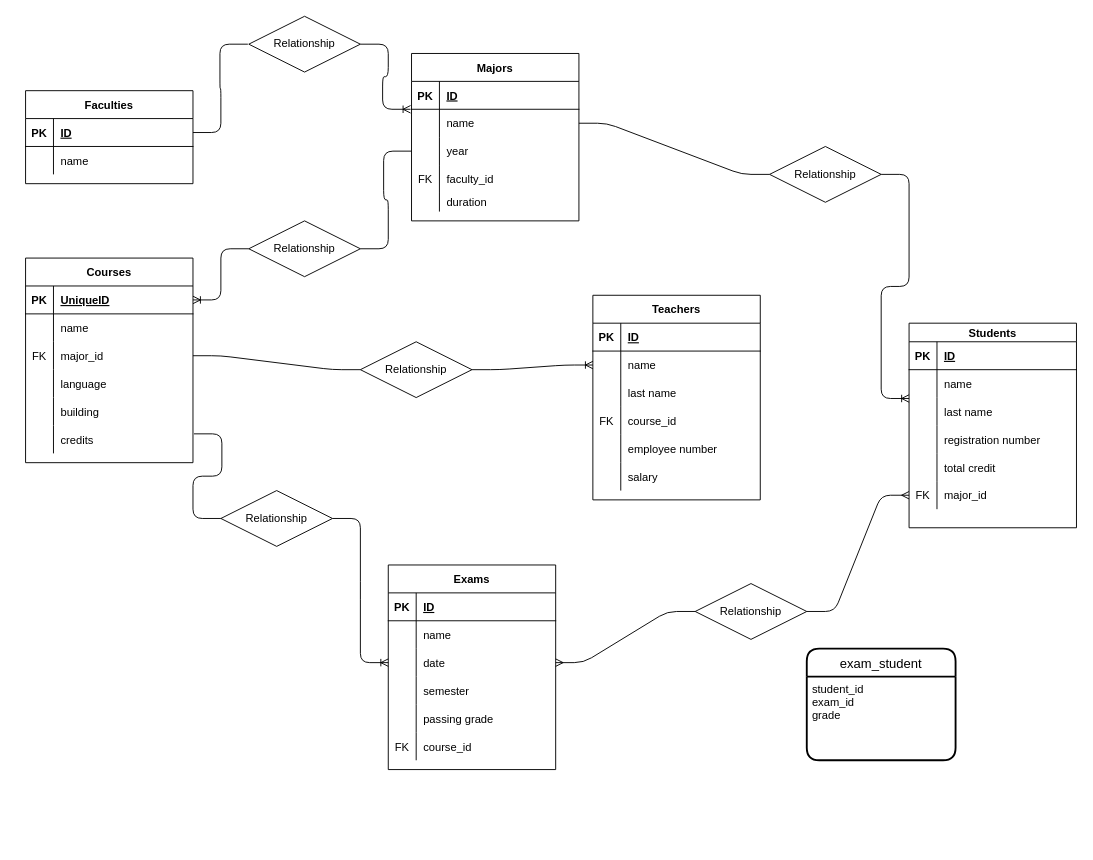
Above: db-university.drawio in Gbelda/db-university (draw.io), before the change. Source tidied: cells renumbered, new cells numbered last; positions are measured from the earlier drawing's top-left corner, leaving out a move shared by most shapes. Both pictures are drawn from the tidied source at 93%, with x=0, y=0 at pixel (25, 16).
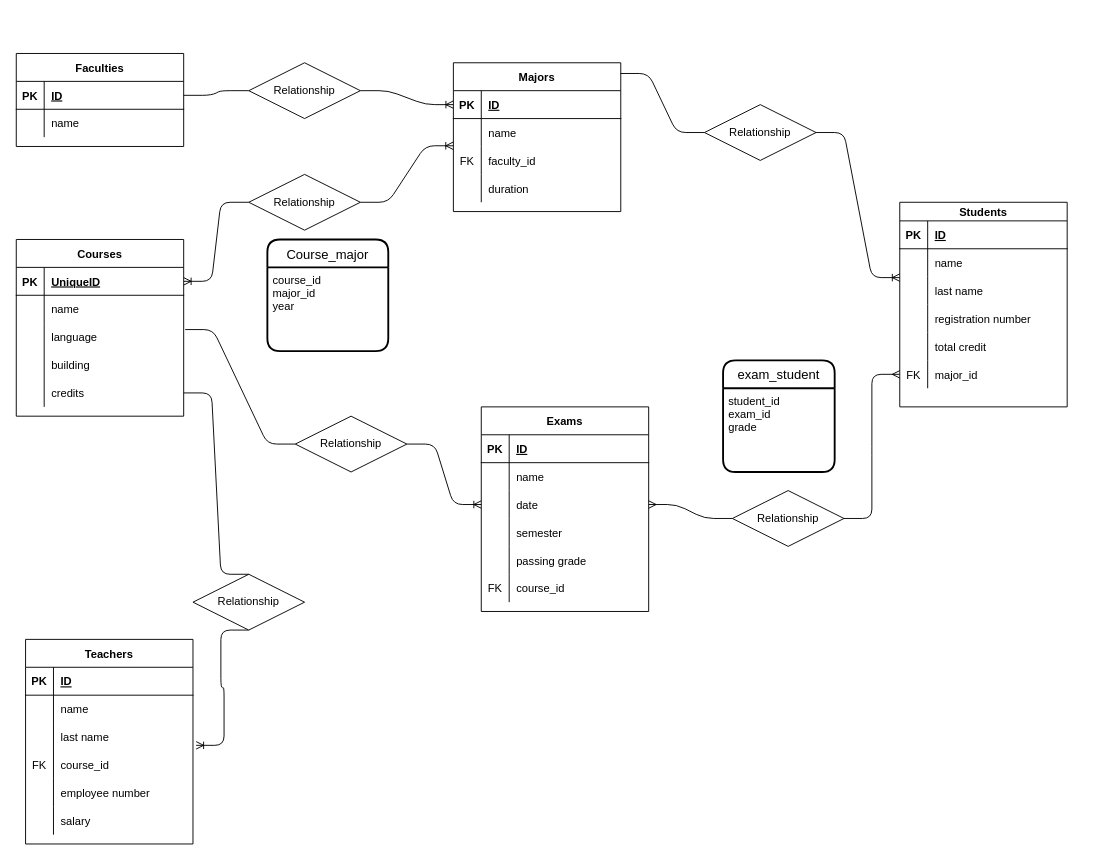
After the change.

Commit message:
change courses and majors relationship to many to many

Unchanged cells that the change refers to:
```xml
<mxCell id="22" style="shape=partialRectangle;fillColor=none;top=0;left=0;bottom=1;right=0;points=[[0,0.5],[1,0.5]];portConstraint=eastwest;" parent="21" vertex="1">
  <mxGeometry y="30" width="180" height="30" as="geometry" />
</mxCell>
<mxCell id="29" style="shape=partialRectangle;fillColor=none;top=0;left=0;bottom=1;right=0;points=[[0,0.5],[1,0.5]];portConstraint=eastwest;" parent="28" vertex="1">
  <mxGeometry y="30" width="180" height="30" as="geometry" />
</mxCell>
<mxCell id="32" style="shape=partialRectangle;fillColor=none;top=0;left=0;bottom=0;right=0;points=[[0,0.5],[1,0.5]];portConstraint=eastwest;" parent="28" vertex="1">
  <mxGeometry y="60" width="180" height="30" as="geometry" />
</mxCell>
<mxCell id="67" style="shape=partialRectangle;fillColor=none;top=0;left=0;bottom=0;right=0;points=[[0,0.5],[1,0.5]];portConstraint=eastwest;" parent="63" vertex="1">
  <mxGeometry y="60" width="180" height="30" as="geometry" />
</mxCell>
<mxCell id="70" style="shape=partialRectangle;fillColor=none;top=0;left=0;bottom=0;right=0;points=[[0,0.5],[1,0.5]];portConstraint=eastwest;" parent="63" vertex="1">
  <mxGeometry y="90" width="180" height="30" as="geometry" />
</mxCell>
```

Diff of the diagram source:
```diff
@@
     <mxCell id="2" value="Students" style="shape=table;startSize=20;childLayout=tableLayout;rowLines=0;fontStyle=1;align=center;" parent="1" vertex="1">
-      <mxGeometry x="950" y="330" width="180" height="220" as="geometry" />
+      <mxGeometry x="940" y="200" width="180" height="220" as="geometry" />
     </mxCell>
@@
     <mxCell id="21" value="Faculties" style="shape=table;startSize=30;childLayout=tableLayout;rowLines=0;fontStyle=1;align=center;" parent="1" vertex="1">
-      <mxGeometry y="80" width="180" height="100" as="geometry" />
+      <mxGeometry x="-10" y="40" width="180" height="100" as="geometry" />
     </mxCell>
@@
     <mxCell id="28" value="Majors" style="shape=table;startSize=30;childLayout=tableLayout;rowLines=0;fontStyle=1;align=center;" parent="1" vertex="1">
-      <mxGeometry x="415" y="40" width="180" height="180" as="geometry" />
+      <mxGeometry x="460" y="50" width="180" height="160" as="geometry" />
     </mxCell>
@@
-    <mxCell id="35" style="shape=partialRectangle;fillColor=none;top=0;left=0;bottom=0;right=0;points=[[0,0.5],[1,0.5]];portConstraint=eastwest;" parent="28" vertex="1">
-      <mxGeometry y="90" width="180" height="30" as="geometry" />
-    </mxCell>
-    <mxCell id="36" style="shape=partialRectangle;fillColor=none;top=0;left=0;bottom=0;right=0;overflow=hidden;" parent="35" vertex="1">
-      <mxGeometry width="30" height="30" as="geometry" />
-    </mxCell>
-    <mxCell id="37" value="year" style="shape=partialRectangle;fillColor=none;top=0;left=0;bottom=0;right=0;align=left;spacingLeft=6;overflow=hidden;" parent="35" vertex="1">
-      <mxGeometry x="30" width="150" height="30" as="geometry" />
-    </mxCell>
     <mxCell id="38" style="shape=partialRectangle;fillColor=none;top=0;left=0;bottom=0;right=0;points=[[0,0.5],[1,0.5]];portConstraint=eastwest;" parent="28" vertex="1">
-      <mxGeometry y="120" width="180" height="30" as="geometry" />
+      <mxGeometry y="90" width="180" height="30" as="geometry" />
     </mxCell>
@@
     <mxCell id="41" style="shape=partialRectangle;fillColor=none;top=0;left=0;bottom=0;right=0;" parent="28" vertex="1">
-      <mxGeometry y="150" width="180" height="20" as="geometry" />
+      <mxGeometry y="120" width="180" height="30" as="geometry" />
     </mxCell>
     <mxCell id="42" style="shape=partialRectangle;fillColor=none;top=0;left=0;bottom=0;right=0;overflow=hidden;" parent="41" vertex="1">
-      <mxGeometry width="30" height="20" as="geometry" />
+      <mxGeometry width="30" height="30" as="geometry" />
     </mxCell>
     <mxCell id="43" value="duration" style="shape=partialRectangle;fillColor=none;top=0;left=0;bottom=0;right=0;align=left;spacingLeft=6;overflow=hidden;" parent="41" vertex="1">
-      <mxGeometry x="30" width="150" height="20" as="geometry" />
+      <mxGeometry x="30" width="150" height="30" as="geometry" />
     </mxCell>
     <mxCell id="44" value="Courses" style="shape=table;startSize=30;childLayout=tableLayout;rowLines=0;fontStyle=1;align=center;" parent="1" vertex="1">
-      <mxGeometry y="260" width="180" height="220" as="geometry" />
+      <mxGeometry x="-10" y="240" width="180" height="190" as="geometry" />
     </mxCell>
@@
-    <mxCell id="51" style="shape=partialRectangle;fillColor=none;top=0;left=0;bottom=0;right=0;points=[[0,0.5],[1,0.5]];portConstraint=eastwest;" parent="44" vertex="1">
-      <mxGeometry y="90" width="180" height="30" as="geometry" />
-    </mxCell>
-    <mxCell id="52" value="FK" style="shape=partialRectangle;fillColor=none;top=0;left=0;bottom=0;right=0;overflow=hidden;" parent="51" vertex="1">
-      <mxGeometry width="30" height="30" as="geometry" />
-    </mxCell>
-    <mxCell id="53" value="major_id" style="shape=partialRectangle;fillColor=none;top=0;left=0;bottom=0;right=0;align=left;spacingLeft=6;overflow=hidden;" parent="51" vertex="1">
-      <mxGeometry x="30" width="150" height="30" as="geometry" />
-    </mxCell>
     <mxCell id="54" style="shape=partialRectangle;fillColor=none;top=0;left=0;bottom=0;right=0;points=[[0,0.5],[1,0.5]];portConstraint=eastwest;" parent="44" vertex="1">
-      <mxGeometry y="120" width="180" height="30" as="geometry" />
+      <mxGeometry y="90" width="180" height="30" as="geometry" />
     </mxCell>
@@
     <mxCell id="57" style="shape=partialRectangle;fillColor=none;top=0;left=0;bottom=0;right=0;" parent="44" vertex="1">
-      <mxGeometry y="150" width="180" height="30" as="geometry" />
+      <mxGeometry y="120" width="180" height="30" as="geometry" />
     </mxCell>
@@
     <mxCell id="60" style="shape=partialRectangle;fillColor=none;top=0;left=0;bottom=0;right=0;points=[[0,0.5],[1,0.5]];portConstraint=eastwest;" parent="44" vertex="1">
-      <mxGeometry y="180" width="180" height="30" as="geometry" />
+      <mxGeometry y="150" width="180" height="30" as="geometry" />
     </mxCell>
@@
     <mxCell id="63" value="Teachers" style="shape=table;startSize=30;childLayout=tableLayout;rowLines=0;fontStyle=1;align=center;" parent="1" vertex="1">
-      <mxGeometry x="610" y="300" width="180" height="220" as="geometry" />
+      <mxGeometry y="670" width="180" height="220" as="geometry" />
     </mxCell>
@@
     <mxCell id="82" value="Exams" style="shape=table;startSize=30;childLayout=tableLayout;rowLines=0;fontStyle=1;align=center;" parent="1" vertex="1">
-      <mxGeometry x="390" y="590" width="180" height="220" as="geometry" />
+      <mxGeometry x="490" y="420" width="180" height="220" as="geometry" />
     </mxCell>
@@
-    <mxCell id="101" style="edgeStyle=entityRelationEdgeStyle;fontSize=12;html=1;endArrow=ERoneToMany;exitX=1;exitY=0.5;exitDx=0;exitDy=0;entryX=-0.006;entryY=0;entryDx=0;entryDy=0;entryPerimeter=0;startArrow=none;" parent="1" edge="1" source="102" target="32">
+    <mxCell id="101" style="edgeStyle=entityRelationEdgeStyle;fontSize=12;html=1;endArrow=ERoneToMany;exitX=1;exitY=0.5;exitDx=0;exitDy=0;startArrow=none;entryX=0;entryY=0.5;entryDx=0;entryDy=0;" parent="1" edge="1" source="102" target="29">
       <mxGeometry relative="1" as="geometry" />
     </mxCell>
     <mxCell id="102" value="Relationship" style="shape=rhombus;perimeter=rhombusPerimeter;whiteSpace=wrap;html=1;align=center;" parent="1" vertex="1">
-      <mxGeometry x="240" width="120" height="60" as="geometry" />
+      <mxGeometry x="240" y="50" width="120" height="60" as="geometry" />
     </mxCell>
-    <mxCell id="103" style="edgeStyle=entityRelationEdgeStyle;fontSize=12;html=1;endArrow=none;exitX=1;exitY=0.5;exitDx=0;exitDy=0;" parent="1" edge="1" source="22">
-      <mxGeometry relative="1" as="geometry">
-        <mxPoint x="239" y="30" as="targetPoint" />
-      </mxGeometry>
+    <mxCell id="103" style="edgeStyle=entityRelationEdgeStyle;fontSize=12;html=1;endArrow=none;exitX=1;exitY=0.5;exitDx=0;exitDy=0;entryX=0;entryY=0.5;entryDx=0;entryDy=0;" parent="1" edge="1" source="22" target="102">
+      <mxGeometry relative="1" as="geometry" />
     </mxCell>
@@
     <mxCell id="105" value="Relationship" style="shape=rhombus;perimeter=rhombusPerimeter;whiteSpace=wrap;html=1;align=center;" parent="1" vertex="1">
-      <mxGeometry x="240" y="220" width="120" height="60" as="geometry" />
+      <mxGeometry x="240" y="170" width="120" height="60" as="geometry" />
     </mxCell>
-    <mxCell id="106" style="edgeStyle=entityRelationEdgeStyle;fontSize=12;html=1;endArrow=none;entryX=1;entryY=0.5;entryDx=0;entryDy=0;exitX=0;exitY=0.5;exitDx=0;exitDy=0;" parent="1" edge="1" source="35" target="105">
-      <mxGeometry relative="1" as="geometry" />
-    </mxCell>
-    <mxCell id="107" style="edgeStyle=entityRelationEdgeStyle;fontSize=12;html=1;endArrow=ERoneToMany;exitX=1;exitY=0.5;exitDx=0;exitDy=0;entryX=0;entryY=0.5;entryDx=0;entryDy=0;startArrow=none;" parent="1" edge="1" source="108" target="67">
+    <mxCell id="107" style="edgeStyle=entityRelationEdgeStyle;fontSize=12;html=1;endArrow=ERoneToMany;exitX=0.5;exitY=1;exitDx=0;exitDy=0;entryX=1.019;entryY=0.798;entryDx=0;entryDy=0;startArrow=none;entryPerimeter=0;" parent="1" edge="1" source="108" target="70">
       <mxGeometry relative="1" as="geometry" />
     </mxCell>
     <mxCell id="108" value="Relationship" style="shape=rhombus;perimeter=rhombusPerimeter;whiteSpace=wrap;html=1;align=center;" parent="1" vertex="1">
-      <mxGeometry x="360" y="350" width="120" height="60" as="geometry" />
+      <mxGeometry x="180" y="600" width="120" height="60" as="geometry" />
     </mxCell>
-    <mxCell id="109" style="edgeStyle=entityRelationEdgeStyle;fontSize=12;html=1;endArrow=none;exitX=1;exitY=0.5;exitDx=0;exitDy=0;entryX=0;entryY=0.5;entryDx=0;entryDy=0;" parent="1" edge="1" source="51" target="108">
+    <mxCell id="109" style="edgeStyle=entityRelationEdgeStyle;fontSize=12;html=1;endArrow=none;exitX=1;exitY=0.5;exitDx=0;exitDy=0;entryX=0.5;entryY=0;entryDx=0;entryDy=0;" parent="1" edge="1" source="60" target="108">
       <mxGeometry relative="1" as="geometry" />
     </mxCell>
@@
     <mxCell id="111" value="Relationship" style="shape=rhombus;perimeter=rhombusPerimeter;whiteSpace=wrap;html=1;align=center;" parent="1" vertex="1">
-      <mxGeometry x="800" y="140" width="120" height="60" as="geometry" />
+      <mxGeometry x="730" y="95" width="120" height="60" as="geometry" />
     </mxCell>
-    <mxCell id="112" style="edgeStyle=entityRelationEdgeStyle;fontSize=12;html=1;endArrow=none;exitX=1;exitY=0.5;exitDx=0;exitDy=0;entryX=0;entryY=0.5;entryDx=0;entryDy=0;" parent="1" edge="1" source="32" target="111">
+    <mxCell id="112" style="edgeStyle=entityRelationEdgeStyle;fontSize=12;html=1;endArrow=none;exitX=0.999;exitY=0.072;exitDx=0;exitDy=0;entryX=0;entryY=0.5;entryDx=0;entryDy=0;exitPerimeter=0;" parent="1" edge="1" source="28" target="111">
       <mxGeometry relative="1" as="geometry" />
     </mxCell>
@@
     <mxCell id="114" value="Relationship" style="shape=rhombus;perimeter=rhombusPerimeter;whiteSpace=wrap;html=1;align=center;" parent="1" vertex="1">
-      <mxGeometry x="210" y="510" width="120" height="60" as="geometry" />
+      <mxGeometry x="290" y="430" width="120" height="60" as="geometry" />
     </mxCell>
-    <mxCell id="115" style="edgeStyle=entityRelationEdgeStyle;fontSize=12;html=1;endArrow=none;entryX=1.006;entryY=0.3;entryDx=0;entryDy=0;entryPerimeter=0;" parent="1" edge="1" source="114" target="60">
+    <mxCell id="115" style="edgeStyle=entityRelationEdgeStyle;fontSize=12;html=1;endArrow=none;entryX=1.009;entryY=0.229;entryDx=0;entryDy=0;exitX=0;exitY=0.5;exitDx=0;exitDy=0;entryPerimeter=0;" parent="1" edge="1" source="114" target="54">
       <mxGeometry relative="1" as="geometry" />
     </mxCell>
@@
     <mxCell id="117" value="Relationship" style="shape=rhombus;perimeter=rhombusPerimeter;whiteSpace=wrap;html=1;align=center;" parent="1" vertex="1">
-      <mxGeometry x="720" y="610" width="120" height="60" as="geometry" />
+      <mxGeometry x="760" y="510" width="120" height="60" as="geometry" />
     </mxCell>
@@
     <mxCell id="119" value="exam_student" style="swimlane;horizontal=1;startSize=30;rounded=1;fontSize=14;fontStyle=0;strokeWidth=2;shadow=0;dashed=0;align=center;" parent="1" vertex="1">
-      <mxGeometry x="840" y="680" width="160" height="120" as="geometry" />
+      <mxGeometry x="750" y="370" width="120" height="120" as="geometry" />
     </mxCell>
@@
     <mxCell id="121" value="student_id&#10;exam_id&#10;grade" style="align=left;strokeColor=none;fillColor=none;spacingLeft=4;fontSize=12;verticalAlign=top;" parent="119" vertex="1">
-      <mxGeometry y="30" width="160" height="90" as="geometry" />
+      <mxGeometry y="30" width="120" height="90" as="geometry" />
     </mxCell>
+    <mxCell id="122" style="edgeStyle=entityRelationEdgeStyle;fontSize=12;html=1;endArrow=ERoneToMany;exitX=1;exitY=0.5;exitDx=0;exitDy=0;entryX=-0.001;entryY=-0.025;entryDx=0;entryDy=0;entryPerimeter=0;" parent="1" edge="1" source="105" target="38">
+      <mxGeometry relative="1" as="geometry" />
+    </mxCell>
+    <mxCell id="123" value="Course_major" style="swimlane;horizontal=1;startSize=30;rounded=1;fontSize=14;fontStyle=0;strokeWidth=2;shadow=0;dashed=0;align=center;" parent="1" vertex="1">
+      <mxGeometry x="260" y="240" width="130" height="120" as="geometry" />
+    </mxCell>
+    <mxCell id="124" value="course_id&#10;major_id&#10;year" style="align=left;strokeColor=none;fillColor=none;spacingLeft=4;fontSize=12;verticalAlign=top;" parent="123" vertex="1">
+      <mxGeometry y="30" width="130" height="90" as="geometry" />
+    </mxCell>
```
